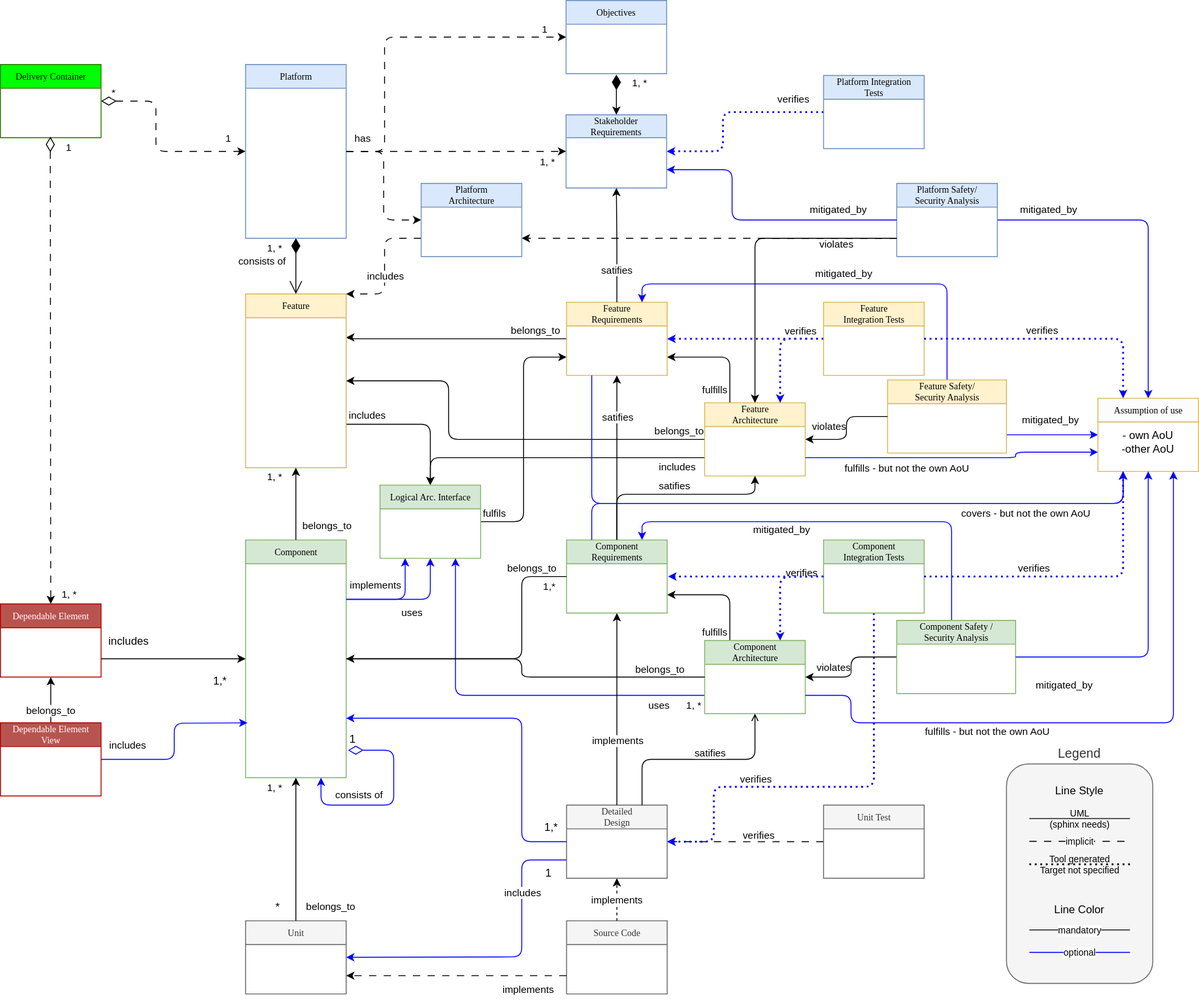
Earlier version of the draw.io export main/_images/score_building_blocks_meta_model.drawio.svg (MaximilianSoerenPollak/process_description). Source tidied: cells renumbered, new cells last; positions are measured from the earlier drawing's top-left corner, leaving out a move shared by most shapes.
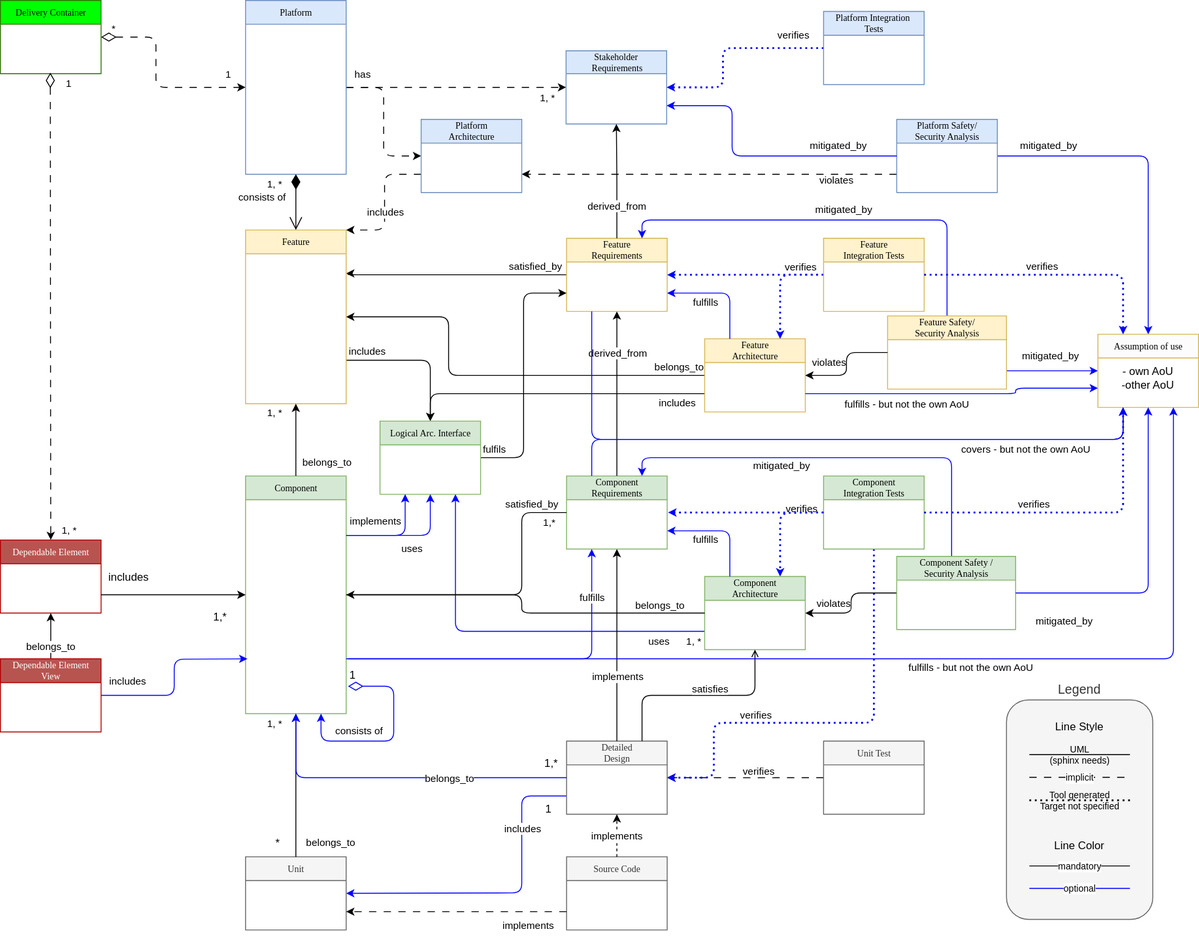
After the change.

Diff of the diagram source:
```diff
@@ -18,7 +18,7 @@
         <mxPoint x="173" y="404" as="offset" />
       </mxGeometry>
     </mxCell>
-    <mxCell id="5" value="belongs_to" style="edgeLabel;html=1;align=center;verticalAlign=middle;" parent="3" vertex="1">
+    <mxCell id="5" value="satisfied_by" style="edgeLabel;html=1;align=center;verticalAlign=middle;" parent="3" vertex="1">
       <mxGeometry x="0.82" y="3" relative="1" as="geometry">
         <mxPoint x="-13" y="-7" as="offset" />
       </mxGeometry>
@@ -43,14 +43,6 @@
     <mxCell id="11" value="Feature&lt;br&gt;Requirements" style="swimlane;html=1;fontStyle=0;horizontal=1;startSize=26;fillColor=#fff2cc;swimlaneFillColor=#ffffff;rounded=0;shadow=0;comic=0;labelBackgroundColor=none;strokeWidth=1;fontFamily=Verdana;fontSize=10;align=center;strokeColor=#d6b656;" parent="1" vertex="1">
       <mxGeometry x="619" y="330" width="110" height="80" as="geometry" />
     </mxCell>
-    <mxCell id="12" style="edgeStyle=orthogonalEdgeStyle;rounded=1;jettySize=auto;html=1;exitX=0.25;exitY=0;exitDx=0;exitDy=0;entryX=1;entryY=0.75;entryDx=0;entryDy=0;endArrow=classic;endFill=1;curved=0;" parent="1" edge="1" source="17" target="11">
-      <mxGeometry x="0.64" y="10" relative="1" as="geometry" />
-    </mxCell>
-    <mxCell id="13" value="fulfills" style="edgeLabel;html=1;align=center;verticalAlign=middle;" parent="12" vertex="1">
-      <mxGeometry x="0.11" y="1" relative="1" as="geometry">
-        <mxPoint x="-1" y="34" as="offset" />
-      </mxGeometry>
-    </mxCell>
     <mxCell id="14" value="includes" style="edgeStyle=orthogonalEdgeStyle;html=1;exitX=0;exitY=0.75;exitDx=0;exitDy=0;entryX=0.5;entryY=0;entryDx=0;entryDy=0;" parent="1" edge="1" source="17" target="109">
       <mxGeometry x="-0.82" y="10" relative="1" as="geometry" />
     </mxCell>
@@ -70,19 +62,6 @@
     <mxCell id="17" value="Feature&lt;br&gt;Architecture" style="swimlane;html=1;fontStyle=0;horizontal=1;startSize=26;fillColor=#fff2cc;swimlaneFillColor=#ffffff;rounded=0;shadow=0;comic=0;labelBackgroundColor=none;strokeWidth=1;fontFamily=Verdana;fontSize=10;align=center;strokeColor=#d6b656;" parent="1" vertex="1">
       <mxGeometry x="770" y="440" width="110" height="80" as="geometry" />
     </mxCell>
-    <mxCell id="18" style="edgeStyle=orthogonalEdgeStyle;rounded=1;jettySize=auto;html=1;entryX=0.5;entryY=1;entryDx=0;entryDy=0;endArrow=classic;endFill=1;exitX=0.5;exitY=0;exitDx=0;exitDy=0;curved=0;" parent="1" edge="1" source="20" target="17">
-      <mxGeometry relative="1" as="geometry">
-        <Array as="points">
-          <mxPoint x="674" y="540" />
-          <mxPoint x="825" y="540" />
-        </Array>
-      </mxGeometry>
-    </mxCell>
-    <mxCell id="19" value="satifies" style="edgeLabel;html=1;align=center;verticalAlign=middle;" parent="18" vertex="1">
-      <mxGeometry x="0.06" y="6" relative="1" as="geometry">
-        <mxPoint x="-5" y="-4" as="offset" />
-      </mxGeometry>
-    </mxCell>
     <mxCell id="20" value="Component&lt;br&gt;Requirements" style="swimlane;html=1;fontStyle=0;horizontal=1;startSize=26;fillColor=#d5e8d4;swimlaneFillColor=#ffffff;rounded=0;shadow=0;comic=0;labelBackgroundColor=none;strokeWidth=1;fontFamily=Verdana;fontSize=10;align=center;strokeColor=#82b366;" parent="1" vertex="1">
       <mxGeometry x="619" y="590" width="110" height="80" as="geometry" />
     </mxCell>
@@ -99,7 +78,7 @@
         <mxPoint x="27" y="14" as="offset" />
       </mxGeometry>
     </mxCell>
-    <mxCell id="23" value="belongs_to" style="edgeLabel;html=1;align=center;verticalAlign=middle;" parent="21" vertex="1">
+    <mxCell id="23" value="satisfied_by" style="edgeLabel;html=1;align=center;verticalAlign=middle;" parent="21" vertex="1">
       <mxGeometry x="0.82" y="-1" relative="1" as="geometry">
         <mxPoint x="-9" y="-11" as="offset" />
       </mxGeometry>
@@ -176,41 +155,6 @@
         <mxPoint x="-91" y="-159" as="offset" />
       </mxGeometry>
     </mxCell>
-    <mxCell id="42" value="Objectives" style="swimlane;html=1;fontStyle=0;horizontal=1;startSize=26;fillColor=#dae8fc;swimlaneFillColor=#ffffff;rounded=0;shadow=0;comic=0;labelBackgroundColor=none;strokeWidth=1;fontFamily=Verdana;fontSize=10;align=center;strokeColor=#6c8ebf;" parent="1" vertex="1">
-      <mxGeometry x="618.5" width="110" height="80" as="geometry" />
-    </mxCell>
-    <mxCell id="43" style="edgeStyle=orthogonalEdgeStyle;rounded=1;jettySize=auto;html=1;entryX=0;entryY=0.5;entryDx=0;entryDy=0;exitX=1;exitY=0.5;exitDx=0;exitDy=0;curved=0;dashed=1;dashPattern=8 8;" parent="1" edge="1" source="37" target="42">
-      <mxGeometry relative="1" as="geometry">
-        <Array as="points">
-          <mxPoint x="420" y="165" />
-          <mxPoint x="420" y="40" />
-        </Array>
-      </mxGeometry>
-    </mxCell>
-    <mxCell id="44" value="1" style="edgeLabel;html=1;align=center;verticalAlign=bottom;" parent="43" vertex="1">
-      <mxGeometry x="0.87" relative="1" as="geometry" />
-    </mxCell>
-    <mxCell id="45" value="1, *" style="endArrow=classic;html=1;endSize=6;startArrow=diamondThin;startSize=14;startFill=1;edgeStyle=orthogonalEdgeStyle;align=left;verticalAlign=bottom;rounded=0;entryX=0.5;entryY=0;entryDx=0;entryDy=0;endFill=1;" parent="1" edge="1" target="31">
-      <mxGeometry x="-0.2" y="16" relative="1" as="geometry">
-        <mxPoint x="673.5" y="81" as="sourcePoint" />
-        <Array as="points">
-          <mxPoint x="674" y="106" />
-          <mxPoint x="673" y="125" />
-        </Array>
-      </mxGeometry>
-    </mxCell>
-    <mxCell id="46" style="edgeStyle=orthogonalEdgeStyle;rounded=1;jettySize=auto;html=1;entryX=1;entryY=0.75;entryDx=0;entryDy=0;endArrow=classic;endFill=1;exitX=0.25;exitY=0;exitDx=0;exitDy=0;curved=0;strokeColor=#000000;" parent="1" edge="1" source="49" target="20">
-      <mxGeometry relative="1" as="geometry">
-        <Array as="points">
-          <mxPoint x="797" y="650" />
-        </Array>
-      </mxGeometry>
-    </mxCell>
-    <mxCell id="47" value="fulfills" style="edgeLabel;html=1;align=center;verticalAlign=middle;" parent="46" vertex="1">
-      <mxGeometry x="0.06" y="6" relative="1" as="geometry">
-        <mxPoint x="-4" y="34" as="offset" />
-      </mxGeometry>
-    </mxCell>
     <mxCell id="48" value="uses" style="edgeStyle=orthogonalEdgeStyle;html=1;exitX=0;exitY=0.75;exitDx=0;exitDy=0;entryX=0.75;entryY=1;entryDx=0;entryDy=0;strokeColor=#0000FF;verticalAlign=top;spacing=0;" parent="1" edge="1" source="49" target="109">
       <mxGeometry x="-0.76" relative="1" as="geometry" />
     </mxCell>
@@ -223,7 +167,7 @@
         <mxPoint x="674" y="410" as="targetPoint" />
       </mxGeometry>
     </mxCell>
-    <mxCell id="51" value="satifies" style="edgeLabel;html=1;align=center;verticalAlign=middle;" parent="50" vertex="1">
+    <mxCell id="51" value="derived_from" style="edgeLabel;html=1;align=center;verticalAlign=middle;" parent="50" vertex="1">
       <mxGeometry x="0.06" y="6" relative="1" as="geometry">
         <mxPoint x="6" y="-40" as="offset" />
       </mxGeometry>
@@ -244,18 +188,20 @@
     <mxCell id="54" value="Detailed&lt;br&gt;Design" style="swimlane;html=1;fontStyle=0;horizontal=1;startSize=26;fillColor=#f5f5f5;swimlaneFillColor=#ffffff;rounded=0;shadow=0;comic=0;labelBackgroundColor=none;strokeWidth=1;fontFamily=Verdana;fontSize=10;align=center;fontColor=#333333;strokeColor=#666666;" parent="1" vertex="1">
       <mxGeometry x="619" y="880" width="110" height="80" as="geometry" />
     </mxCell>
-    <mxCell id="55" style="edgeStyle=orthogonalEdgeStyle;rounded=1;jettySize=auto;html=1;entryX=0;entryY=0.5;entryDx=0;entryDy=0;verticalAlign=bottom;curved=0;exitX=1;exitY=0.75;exitDx=0;exitDy=0;endArrow=none;endFill=0;startArrow=classic;startFill=1;strokeColor=#0000FF;" parent="1" edge="1" source="9" target="54">
+    <mxCell id="55" style="edgeStyle=orthogonalEdgeStyle;rounded=1;jettySize=auto;html=1;entryX=0;entryY=0.5;entryDx=0;entryDy=0;verticalAlign=bottom;curved=0;exitX=0.5;exitY=1;exitDx=0;exitDy=0;endArrow=none;endFill=0;startArrow=classic;startFill=1;strokeColor=#0000FF;" parent="1" edge="1" source="9" target="54">
       <mxGeometry x="-0.88" relative="1" as="geometry">
         <Array as="points">
-          <mxPoint x="570" y="785" />
-          <mxPoint x="570" y="920" />
+          <mxPoint x="323" y="920" />
         </Array>
       </mxGeometry>
     </mxCell>
+    <mxCell id="145" value="belongs_to" style="edgeLabel;html=1;align=center;verticalAlign=middle;" parent="55" vertex="1">
+      <mxGeometry x="0.3" relative="1" as="geometry" />
+    </mxCell>
     <mxCell id="56" style="edgeStyle=orthogonalEdgeStyle;rounded=1;jettySize=auto;html=1;entryX=0.5;entryY=1;entryDx=0;entryDy=0;endArrow=open;endFill=0;exitX=0.75;exitY=0;exitDx=0;exitDy=0;curved=0;" parent="1" edge="1" source="54" target="49">
       <mxGeometry relative="1" as="geometry" />
     </mxCell>
-    <mxCell id="57" value="satifies" style="edgeLabel;html=1;align=center;verticalAlign=middle;" parent="56" vertex="1">
+    <mxCell id="57" value="satisfies" style="edgeLabel;html=1;align=center;verticalAlign=middle;" parent="56" vertex="1">
       <mxGeometry x="0.06" y="6" relative="1" as="geometry">
         <mxPoint x="6" y="-2" as="offset" />
       </mxGeometry>
@@ -491,13 +437,6 @@
         <mxPoint x="55" y="-142" as="offset" />
       </mxGeometry>
     </mxCell>
-    <mxCell id="106" style="edgeStyle=orthogonalEdgeStyle;rounded=1;jettySize=auto;html=1;entryX=0.5;entryY=0;entryDx=0;entryDy=0;exitX=0;exitY=0.75;exitDx=0;exitDy=0;curved=0;" parent="1" edge="1" source="103" target="17">
-      <mxGeometry relative="1" as="geometry">
-        <Array as="points">
-          <mxPoint x="825" y="260" />
-        </Array>
-      </mxGeometry>
-    </mxCell>
     <mxCell id="107" value="violates" style="edgeLabel;html=1;align=center;verticalAlign=middle;labelBackgroundColor=none;" parent="1" vertex="1">
       <mxGeometry x="950" y="510" as="geometry">
         <mxPoint x="-37" y="-244" as="offset" />
@@ -603,18 +542,18 @@
         <mxPoint x="-98" y="10" as="offset" />
       </mxGeometry>
     </mxCell>
-    <mxCell id="128" style="edgeStyle=orthogonalEdgeStyle;rounded=1;jettySize=auto;html=1;exitX=0.75;exitY=1;exitDx=0;exitDy=0;strokeColor=#0000ff;startArrow=classic;startFill=1;endArrow=none;endFill=0;entryX=1;entryY=0.75;entryDx=0;entryDy=0;" parent="1" edge="1" source="71" target="49">
+    <mxCell id="128" style="edgeStyle=orthogonalEdgeStyle;rounded=1;jettySize=auto;html=1;exitX=0.75;exitY=1;exitDx=0;exitDy=0;strokeColor=#0000ff;startArrow=classic;startFill=1;endArrow=none;endFill=0;" parent="1" edge="1" source="71">
       <mxGeometry relative="1" as="geometry">
+        <mxPoint x="378" y="790" as="targetPoint" />
         <Array as="points">
           <mxPoint x="1283" y="790" />
-          <mxPoint x="930" y="790" />
-          <mxPoint x="930" y="760" />
+          <mxPoint x="378" y="790" />
         </Array>
       </mxGeometry>
     </mxCell>
     <mxCell id="129" value="fulfills - but not the own AoU" style="edgeLabel;html=1;align=center;verticalAlign=middle;" parent="128" vertex="1">
       <mxGeometry x="0.35" y="-2" relative="1" as="geometry">
-        <mxPoint y="11" as="offset" />
+        <mxPoint x="302" y="11" as="offset" />
       </mxGeometry>
     </mxCell>
     <mxCell id="130" style="edgeStyle=orthogonalEdgeStyle;rounded=1;jettySize=auto;html=1;entryX=0.25;entryY=0;entryDx=0;entryDy=0;dashed=1;curved=0;strokeColor=#0000FF;dashPattern=1 2;strokeWidth=2;endSize=3;exitX=1;exitY=0.5;exitDx=0;exitDy=0;" parent="1" edge="1" source="77" target="71">
@@ -672,7 +611,7 @@
     <mxCell id="141" style="edgeStyle=orthogonalEdgeStyle;rounded=0;jettySize=auto;html=1;exitX=0.5;exitY=0;exitDx=0;exitDy=0;endArrow=classic;endFill=1;entryX=0.5;entryY=1;entryDx=0;entryDy=0;" parent="1" edge="1" source="11" target="31">
       <mxGeometry relative="1" as="geometry" />
     </mxCell>
-    <mxCell id="142" value="satifies" style="edgeLabel;html=1;align=center;verticalAlign=middle;" parent="141" vertex="1">
+    <mxCell id="142" value="derived_from" style="edgeLabel;html=1;align=center;verticalAlign=middle;" parent="141" vertex="1">
       <mxGeometry x="0.11" y="1" relative="1" as="geometry">
         <mxPoint x="1" y="34" as="offset" />
       </mxGeometry>
@@ -685,5 +624,30 @@
         <mxPoint x="35" y="2" as="offset" />
       </mxGeometry>
     </mxCell>
+    <mxCell id="146" style="edgeStyle=orthogonalEdgeStyle;rounded=1;jettySize=auto;html=1;exitX=0.25;exitY=1;exitDx=0;exitDy=0;strokeColor=#0000ff;startArrow=classic;startFill=1;endArrow=none;endFill=0;" parent="1" edge="1" source="20">
+      <mxGeometry relative="1" as="geometry">
+        <mxPoint x="380" y="790" as="targetPoint" />
+        <Array as="points">
+          <mxPoint x="647" y="790" />
+        </Array>
+      </mxGeometry>
+    </mxCell>
+    <mxCell id="147" value="fulfills" style="edgeLabel;html=1;align=center;verticalAlign=middle;" parent="146" vertex="1">
+      <mxGeometry x="-0.73" relative="1" as="geometry" />
+    </mxCell>
+    <mxCell id="12" value="fulfills" style="edgeStyle=orthogonalEdgeStyle;html=1;exitX=0.25;exitY=0;exitDx=0;exitDy=0;entryX=1;entryY=0.75;entryDx=0;entryDy=0;labelBackgroundColor=none;strokeColor=#0000FF;" parent="1" edge="1" source="17" target="11">
+      <mxGeometry x="0.31" y="10" relative="1" as="geometry">
+        <Array as="points">
+          <mxPoint x="798" y="390" />
+        </Array>
+      </mxGeometry>
+    </mxCell>
+    <mxCell id="46" value="fulfills" style="edgeStyle=orthogonalEdgeStyle;html=1;exitX=0.25;exitY=0;exitDx=0;exitDy=0;labelBackgroundColor=none;strokeColor=#0000FF;entryX=1;entryY=0.75;entryDx=0;entryDy=0;" parent="1" edge="1" source="49" target="20">
+      <mxGeometry x="0.31" y="10" relative="1" as="geometry">
+        <Array as="points">
+          <mxPoint x="798" y="650" />
+        </Array>
+      </mxGeometry>
+    </mxCell>
   </root>
 </mxGraphModel>
```
